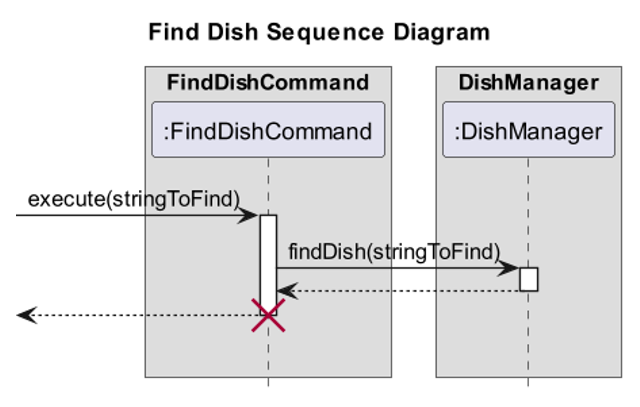
nus-cs2113-AY2223S2/tp keeps this PlantUML diagram as docs/uml/images/FindDishCommandSequenceDiagram.png. Above is the earlier version. Its source is kept beside it as docs/uml/FindDishCommandSequenceDiagram.puml.
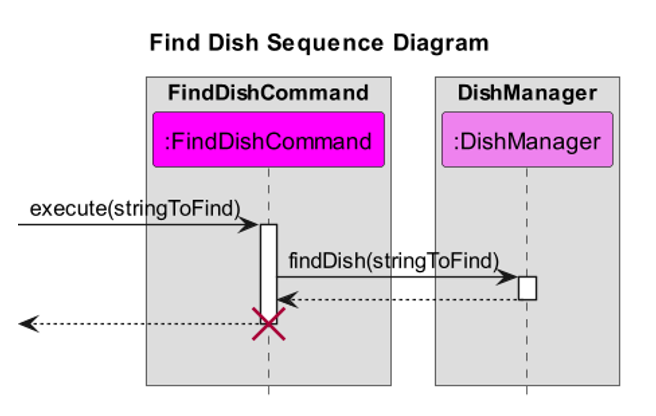
The same file after the commit.

Commit message:
Update Dish UML sequence diagrams with colors

Change to the diagram source:
```diff
@@ -1,13 +1,14 @@
 @startuml
+!include Style.puml
 hide footbox
 title Find Dish Sequence Diagram
 
 box "FindDishCommand"
-participant ":FindDishCommand" as FindDishCommand
+participant ":FindDishCommand" as FindDishCommand COMMAND_COLOR
 endbox
 
 box "DishManager"
-participant ":DishManager" as DishManager
+participant ":DishManager" as DishManager MANAGER_COLOR
 endbox
 
 -> FindDishCommand: execute(stringToFind)
```
